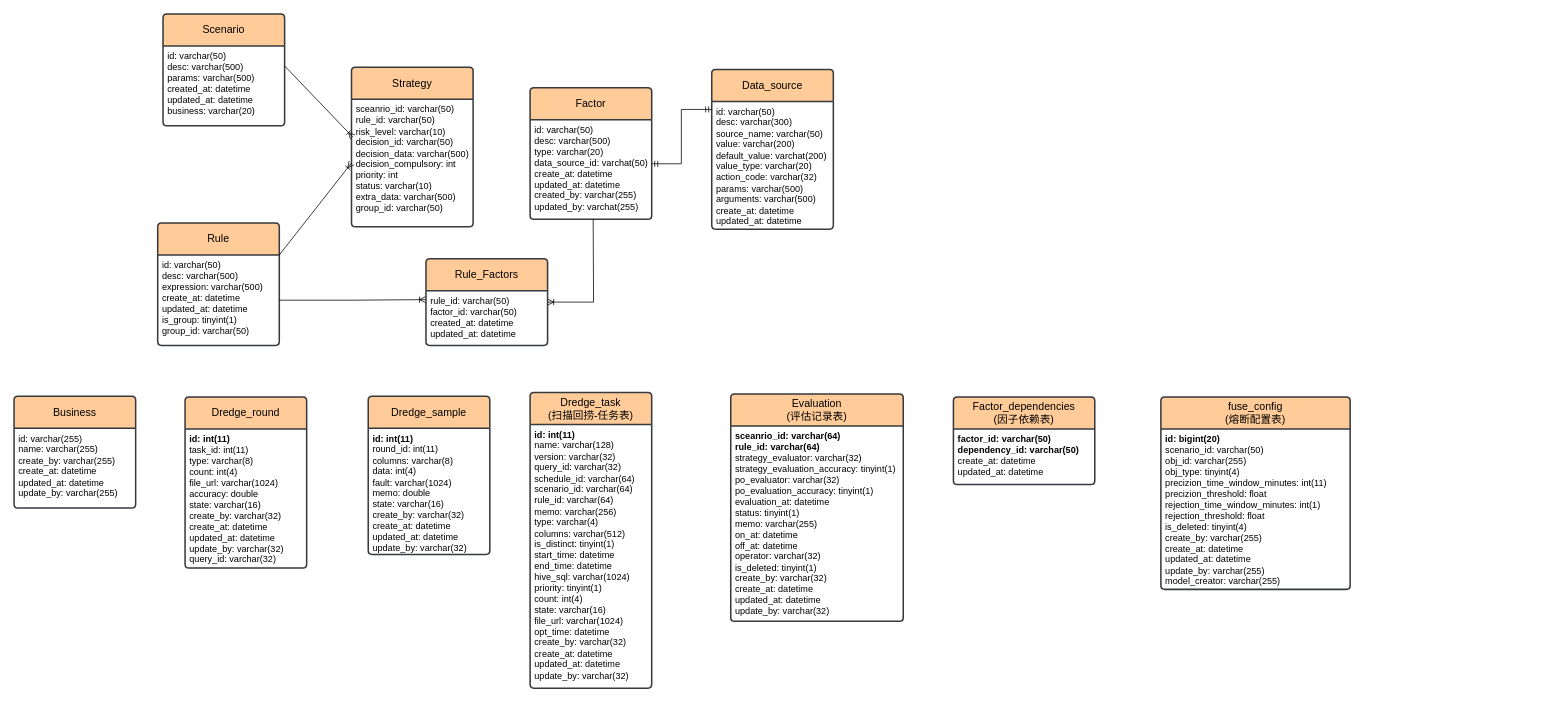
The draw.io diagram pictures/hammurabi-er1.drawio in Pumpkin9841/pictures, before the edit. Source tidied: cells renumbered, new cells numbered last; positions are measured from the earlier drawing's top-left corner, leaving out a move shared by most shapes. Both pictures are drawn from the tidied source at 76%, with x=0, y=0 at pixel (14, 14).
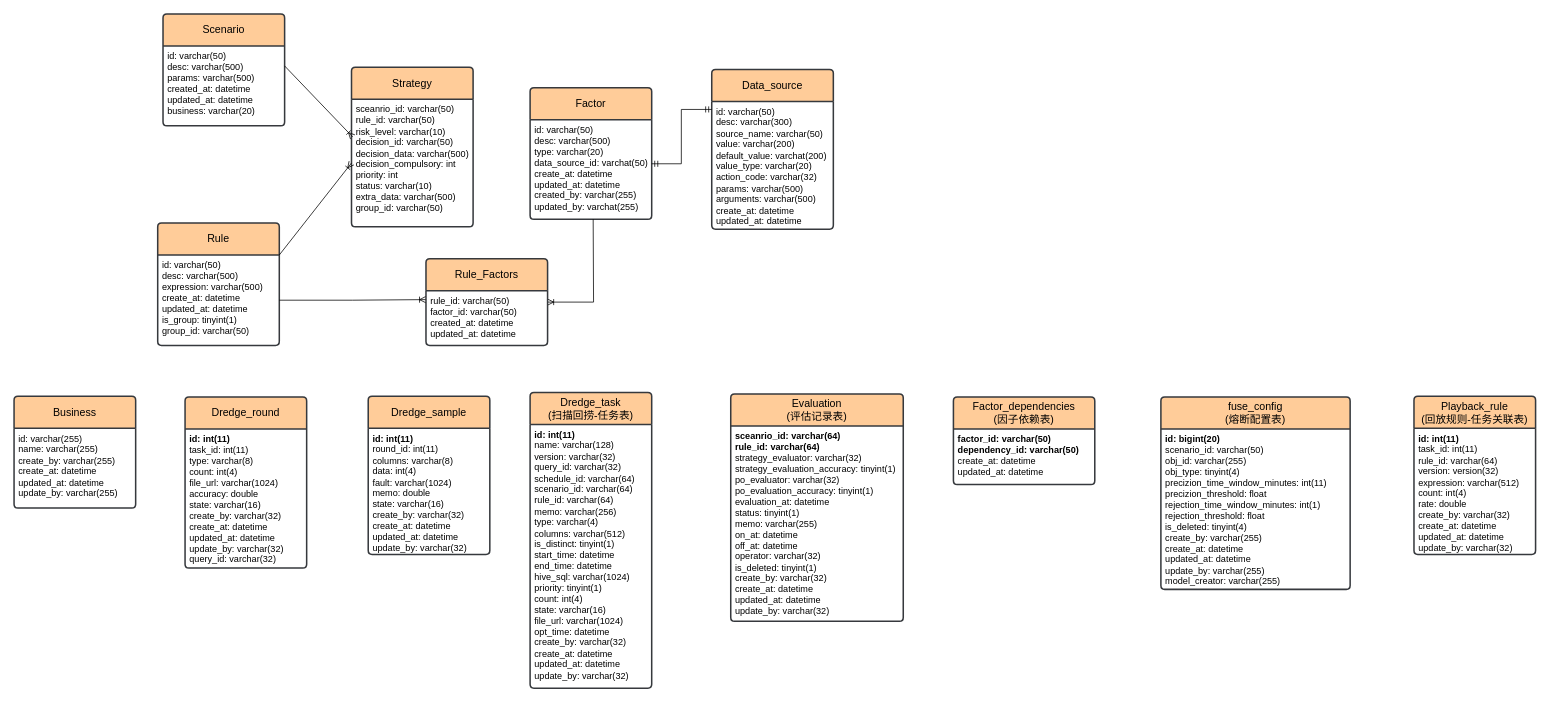
After the change.

Commit message:
添加playback_rule

What changed in the source:
```diff
@@
+    <mxCell id="46" value="Playback_rule&lt;br&gt;(回放规则-任务关联表)" style="swimlane;horizontal=1;startSize=42;rounded=1;fontSize=14;fontStyle=0;strokeWidth=2;shadow=0;dashed=0;align=center;arcSize=4;whiteSpace=wrap;html=1;fillColor=#ffcc99;strokeColor=#36393d;" parent="1" vertex="1">
+      <mxGeometry x="1842" y="503" width="160" height="208" as="geometry" />
+    </mxCell>
+    <mxCell id="47" value="&lt;b&gt;id: int(11)&lt;br&gt;&lt;/b&gt;task_id: int(11)&lt;br&gt;rule_id: varchar(64)&lt;br&gt;version: version(32)&lt;br&gt;expression: varchar(512)&lt;br&gt;count: int(4)&lt;br&gt;rate: double&lt;br&gt;create_by: varchar(32)&lt;br style=&quot;border-color: var(--border-color);&quot;&gt;create_at: datetime&lt;br style=&quot;border-color: var(--border-color);&quot;&gt;updated_at: datetime&lt;br style=&quot;border-color: var(--border-color);&quot;&gt;update_by: varchar(32)" style="align=left;strokeColor=none;fillColor=none;spacingLeft=4;fontSize=12;verticalAlign=top;html=1;" parent="46" vertex="1">
+      <mxGeometry y="42" width="160" height="166" as="geometry" />
+    </mxCell>
+    <mxCell id="48" style="edgeStyle=orthogonalEdgeStyle;rounded=0;orthogonalLoop=1;jettySize=auto;html=1;exitX=0.5;exitY=1;exitDx=0;exitDy=0;" parent="46" edge="1" source="47" target="47">
+      <mxGeometry relative="1" as="geometry" />
+    </mxCell>
```
